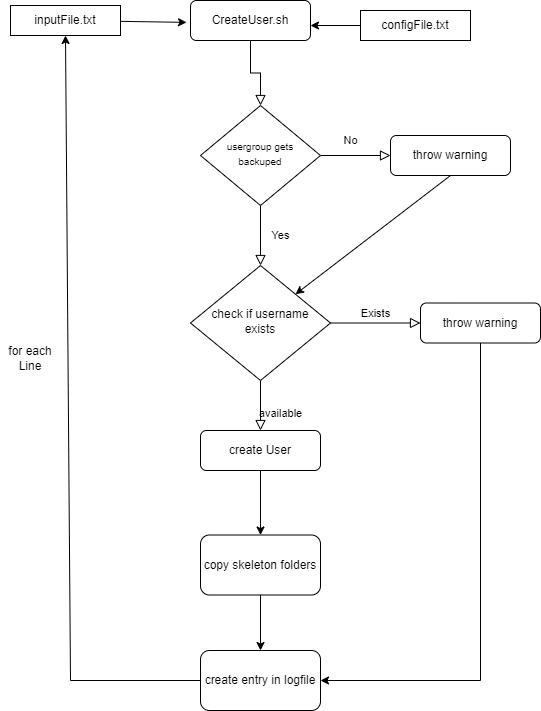
taagomag/M122Scripting keeps this draw.io diagram as praxisarbeit/LB1/Activity_CreateUser_Hauser.png. Above is the earlier version. Source tidied: cells renumbered, new cells last; positions are measured from the earlier drawing's top-left corner, leaving out a move shared by most shapes.
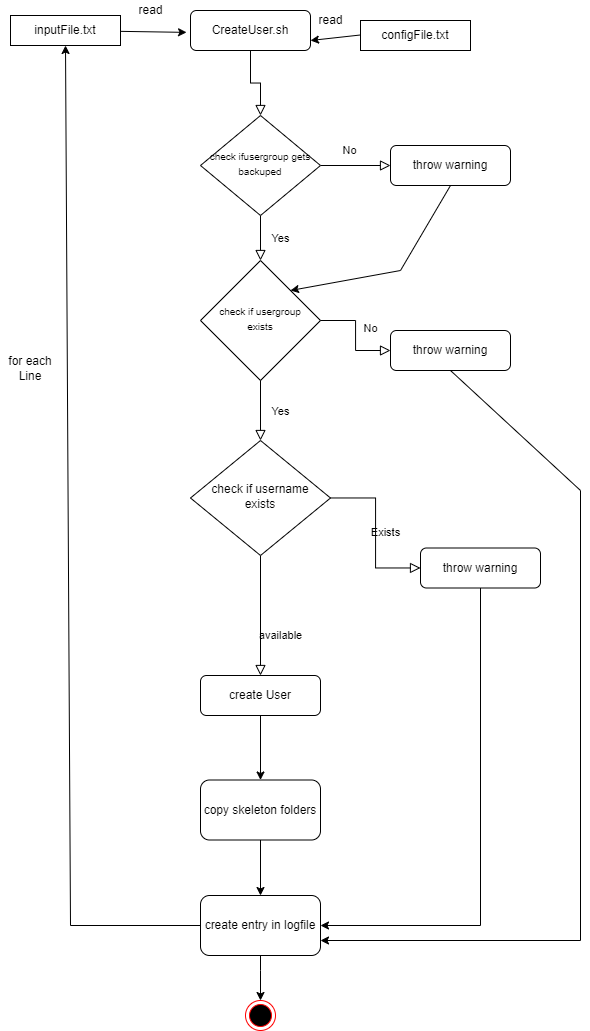
The same diagram one commit later.

Commit message:
Anpassungen Activity Diagram

What changed in the source:
```diff
@@ -8,13 +8,13 @@
     <mxCell id="3" value="CreateUser.sh" style="rounded=1;whiteSpace=wrap;html=1;fontSize=12;glass=0;strokeWidth=1;shadow=0;" parent="1" vertex="1">
       <mxGeometry x="190" width="120" height="40" as="geometry" />
     </mxCell>
-    <mxCell id="4" value="Yes" style="rounded=0;html=1;jettySize=auto;fontSize=11;endArrow=block;endFill=0;endSize=8;strokeWidth=1;shadow=0;labelBackgroundColor=none;edgeStyle=orthogonalEdgeStyle;" parent="1" edge="1" source="6" target="10">
+    <mxCell id="4" value="Yes" style="rounded=0;html=1;jettySize=auto;fontSize=11;endArrow=block;endFill=0;endSize=8;strokeWidth=1;shadow=0;labelBackgroundColor=none;edgeStyle=orthogonalEdgeStyle;entryX=0.5;entryY=0;entryDx=0;entryDy=0;" parent="1" edge="1" source="6" target="25">
       <mxGeometry y="20" relative="1" as="geometry" />
     </mxCell>
     <mxCell id="5" value="No" style="edgeStyle=orthogonalEdgeStyle;rounded=0;html=1;jettySize=auto;fontSize=11;endArrow=block;endFill=0;endSize=8;strokeWidth=1;shadow=0;labelBackgroundColor=none;" parent="1" edge="1" source="6" target="7">
       <mxGeometry x="-0.14" y="15" relative="1" as="geometry" />
     </mxCell>
-    <mxCell id="6" value="&lt;font size=&quot;1&quot;&gt;usergroup gets backuped&lt;/font&gt;" style="rhombus;whiteSpace=wrap;html=1;shadow=0;fontFamily=Helvetica;fontSize=12;align=center;strokeWidth=1;spacing=6;spacingTop=-4;" parent="1" vertex="1">
+    <mxCell id="6" value="&lt;font size=&quot;1&quot;&gt;check ifusergroup gets backuped&lt;/font&gt;" style="rhombus;whiteSpace=wrap;html=1;shadow=0;fontFamily=Helvetica;fontSize=12;align=center;strokeWidth=1;spacing=6;spacingTop=-4;" parent="1" vertex="1">
       <mxGeometry x="200" y="105" width="120" height="100" as="geometry" />
     </mxCell>
     <mxCell id="7" value="throw warning" style="rounded=1;whiteSpace=wrap;html=1;fontSize=12;glass=0;strokeWidth=1;shadow=0;" parent="1" vertex="1">
@@ -27,25 +27,17 @@
       <mxGeometry y="10" relative="1" as="geometry" />
     </mxCell>
     <mxCell id="10" value="check if username exists" style="rhombus;whiteSpace=wrap;html=1;shadow=0;fontFamily=Helvetica;fontSize=12;align=center;strokeWidth=1;spacing=6;spacingTop=-4;" parent="1" vertex="1">
-      <mxGeometry x="190" y="265" width="140" height="115" as="geometry" />
+      <mxGeometry x="190" y="430" width="140" height="115" as="geometry" />
     </mxCell>
     <mxCell id="11" value="create User" style="rounded=1;whiteSpace=wrap;html=1;fontSize=12;glass=0;strokeWidth=1;shadow=0;" parent="1" vertex="1">
-      <mxGeometry x="200" y="430" width="120" height="40" as="geometry" />
+      <mxGeometry x="200" y="665" width="120" height="40" as="geometry" />
     </mxCell>
     <mxCell id="12" value="throw warning" style="rounded=1;whiteSpace=wrap;html=1;fontSize=12;glass=0;strokeWidth=1;shadow=0;" parent="1" vertex="1">
-      <mxGeometry x="420" y="302.5" width="120" height="40" as="geometry" />
+      <mxGeometry x="420" y="537.5" width="120" height="40" as="geometry" />
     </mxCell>
     <mxCell id="13" value="configFile.txt" style="rounded=0;whiteSpace=wrap;html=1;" parent="1" vertex="1">
       <mxGeometry x="360" y="10" width="110" height="30" as="geometry" />
     </mxCell>
-    <mxCell id="14" style="endArrow=classic;html=1;rounded=0;exitX=0;exitY=0.5;exitDx=0;exitDy=0;" parent="1" edge="1" source="13">
-      <mxGeometry relative="1" as="geometry">
-        <mxPoint x="310" y="25" as="targetPoint" />
-        <Array as="points">
-          <mxPoint x="310" y="25" />
-        </Array>
-      </mxGeometry>
-    </mxCell>
     <mxCell id="15" value="inputFile.txt" style="rounded=0;whiteSpace=wrap;html=1;" parent="1" vertex="1">
       <mxGeometry x="10" y="5" width="110" height="30" as="geometry" />
     </mxCell>
@@ -53,7 +45,7 @@
       <mxGeometry relative="1" as="geometry" />
     </mxCell>
     <mxCell id="17" value="&lt;font style=&quot;font-size: 12px;&quot;&gt;create entry in logfile&lt;/font&gt;" style="rounded=1;whiteSpace=wrap;html=1;fontSize=9;" parent="1" vertex="1">
-      <mxGeometry x="200" y="650" width="120" height="60" as="geometry" />
+      <mxGeometry x="200" y="885" width="120" height="60" as="geometry" />
     </mxCell>
     <mxCell id="18" style="endArrow=classic;html=1;rounded=0;fontSize=12;exitX=0.5;exitY=1;exitDx=0;exitDy=0;entryX=0.5;entryY=0;entryDx=0;entryDy=0;" parent="1" edge="1" source="11" target="21">
       <mxGeometry relative="1" as="geometry" />
@@ -61,7 +53,7 @@
     <mxCell id="19" style="endArrow=classic;html=1;rounded=0;fontSize=12;entryX=0.5;entryY=1;entryDx=0;entryDy=0;exitX=0;exitY=0.5;exitDx=0;exitDy=0;" parent="1" edge="1" source="17" target="15">
       <mxGeometry relative="1" as="geometry">
         <Array as="points">
-          <mxPoint x="70" y="680" />
+          <mxPoint x="70" y="915" />
         </Array>
       </mxGeometry>
     </mxCell>
@@ -69,20 +61,67 @@
       <mxGeometry y="342.5" width="60" height="30" as="geometry" />
     </mxCell>
     <mxCell id="21" value="copy skeleton folders" style="rounded=1;whiteSpace=wrap;html=1;fontSize=12;" parent="1" vertex="1">
-      <mxGeometry x="200" y="534.5" width="120" height="60" as="geometry" />
+      <mxGeometry x="200" y="769.5" width="120" height="60" as="geometry" />
     </mxCell>
     <mxCell id="22" style="endArrow=classic;html=1;rounded=0;fontSize=12;entryX=0.5;entryY=0;entryDx=0;entryDy=0;exitX=0.5;exitY=1;exitDx=0;exitDy=0;" parent="1" edge="1" source="21" target="17">
       <mxGeometry relative="1" as="geometry" />
     </mxCell>
-    <mxCell id="23" style="endArrow=classic;html=1;rounded=0;fontSize=12;entryX=1;entryY=0;entryDx=0;entryDy=0;exitX=0.5;exitY=1;exitDx=0;exitDy=0;" parent="1" edge="1" source="7" target="10">
-      <mxGeometry relative="1" as="geometry" />
+    <mxCell id="23" style="endArrow=classic;html=1;rounded=0;fontSize=12;exitX=0.5;exitY=1;exitDx=0;exitDy=0;entryX=1;entryY=0;entryDx=0;entryDy=0;" parent="1" edge="1" source="7" target="25">
+      <mxGeometry relative="1" as="geometry">
+        <Array as="points">
+          <mxPoint x="400" y="260" />
+        </Array>
+      </mxGeometry>
     </mxCell>
     <mxCell id="24" style="endArrow=classic;html=1;rounded=0;fontSize=12;exitX=0.5;exitY=1;exitDx=0;exitDy=0;entryX=1;entryY=0.5;entryDx=0;entryDy=0;" parent="1" edge="1" source="12" target="17">
       <mxGeometry relative="1" as="geometry">
         <Array as="points">
-          <mxPoint x="480" y="680" />
+          <mxPoint x="480" y="915" />
         </Array>
       </mxGeometry>
     </mxCell>
+    <mxCell id="25" value="&lt;font size=&quot;1&quot;&gt;check if usergroup exists&lt;/font&gt;" style="rhombus;whiteSpace=wrap;html=1;shadow=0;fontFamily=Helvetica;fontSize=12;align=center;strokeWidth=1;spacing=6;spacingTop=-4;" parent="1" vertex="1">
+      <mxGeometry x="200" y="250" width="120" height="120" as="geometry" />
+    </mxCell>
+    <mxCell id="26" value="No" style="edgeStyle=orthogonalEdgeStyle;rounded=0;html=1;jettySize=auto;fontSize=11;endArrow=block;endFill=0;endSize=8;strokeWidth=1;shadow=0;labelBackgroundColor=none;exitX=1;exitY=0.5;exitDx=0;exitDy=0;" parent="1" edge="1" source="25" target="27">
+      <mxGeometry x="-0.14" y="15" relative="1" as="geometry" />
+    </mxCell>
+    <mxCell id="27" value="throw warning" style="rounded=1;whiteSpace=wrap;html=1;fontSize=12;glass=0;strokeWidth=1;shadow=0;" parent="1" vertex="1">
+      <mxGeometry x="390" y="320" width="120" height="40" as="geometry" />
+    </mxCell>
+    <mxCell id="28" style="endArrow=classic;html=1;rounded=0;fontSize=12;exitX=0.5;exitY=1;exitDx=0;exitDy=0;entryX=1;entryY=0.75;entryDx=0;entryDy=0;" parent="1" edge="1" source="27" target="17">
+      <mxGeometry relative="1" as="geometry">
+        <Array as="points">
+          <mxPoint x="580" y="480" />
+          <mxPoint x="580" y="930" />
+        </Array>
+      </mxGeometry>
+    </mxCell>
+    <mxCell id="29" value="Yes" style="rounded=0;html=1;jettySize=auto;fontSize=11;endArrow=block;endFill=0;endSize=8;strokeWidth=1;shadow=0;labelBackgroundColor=none;edgeStyle=orthogonalEdgeStyle;entryX=0.5;entryY=0;entryDx=0;entryDy=0;" parent="1" edge="1" target="10">
+      <mxGeometry y="20" relative="1" as="geometry">
+        <mxPoint x="260" y="370" as="sourcePoint" />
+      </mxGeometry>
+    </mxCell>
+    <mxCell id="30" value="read" style="text;html=1;align=center;verticalAlign=middle;strokeColor=none;fillColor=none;" parent="1" vertex="1">
+      <mxGeometry x="130" y="-10" width="40" height="20" as="geometry" />
+    </mxCell>
+    <mxCell id="31" value="read" style="text;html=1;align=center;verticalAlign=middle;strokeColor=none;fillColor=none;" parent="1" vertex="1">
+      <mxGeometry x="310" width="40" height="20" as="geometry" />
+    </mxCell>
+    <mxCell id="32" style="endArrow=classic;html=1;rounded=0;fontSize=9;entryX=1;entryY=0.75;entryDx=0;entryDy=0;" parent="1" edge="1" target="3">
+      <mxGeometry relative="1" as="geometry">
+        <mxPoint x="360" y="24.5" as="sourcePoint" />
+      </mxGeometry>
+    </mxCell>
+    <mxCell id="33" style="ellipse;html=1;shape=endState;fillColor=#000000;strokeColor=#ff0000;" parent="1" vertex="1">
+      <mxGeometry x="245" y="990" width="30" height="30" as="geometry" />
+    </mxCell>
+    <mxCell id="34" style="endArrow=classic;html=1;rounded=0;entryX=0.5;entryY=0;entryDx=0;entryDy=0;exitX=0.5;exitY=1;exitDx=0;exitDy=0;" parent="1" edge="1" source="17" target="33">
+      <mxGeometry relative="1" as="geometry">
+        <Array as="points">
+          <mxPoint x="260" y="960" />
+        </Array>
+      </mxGeometry>
+    </mxCell>
   </root>
 </mxGraphModel>
```
